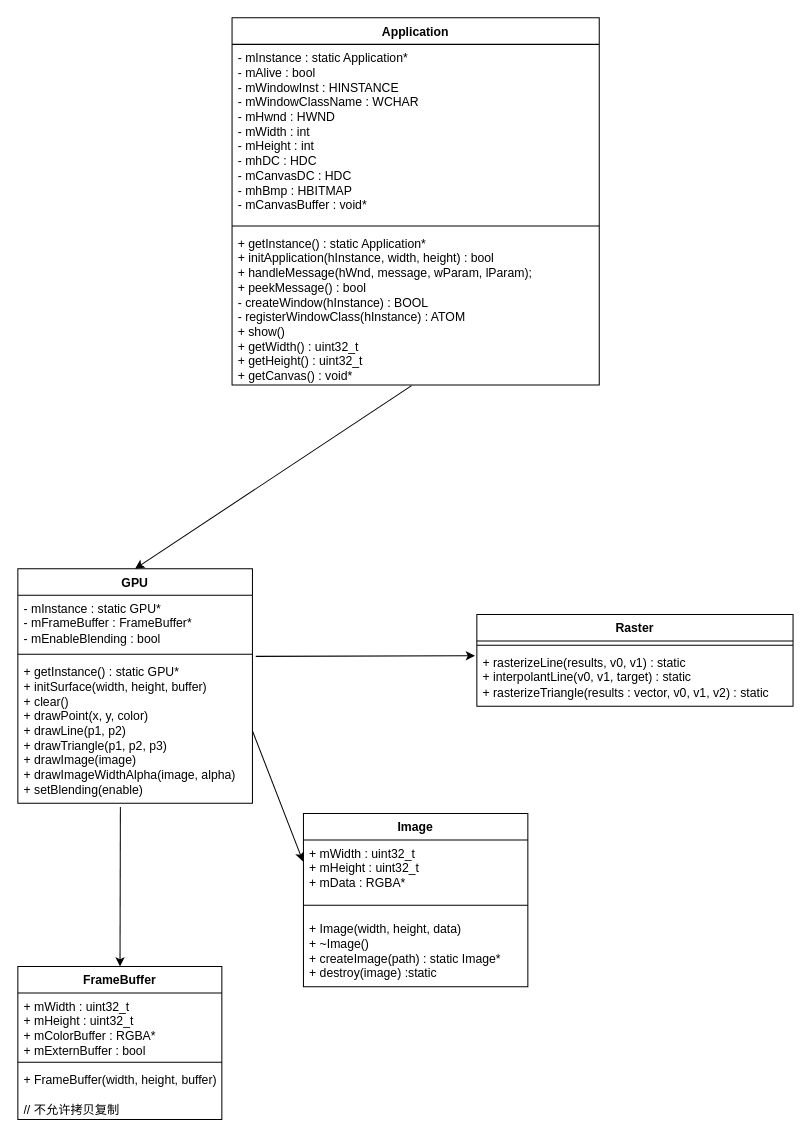
Before: application.drawio in MinXingCoder/SoftRenderer, a draw.io diagram. Source tidied: cells renumbered, new cells numbered last; positions are measured from the earlier drawing's top-left corner, leaving out a move shared by most shapes. Both pictures are drawn from the tidied source at 102%, with x=0, y=0 at pixel (17, 17).
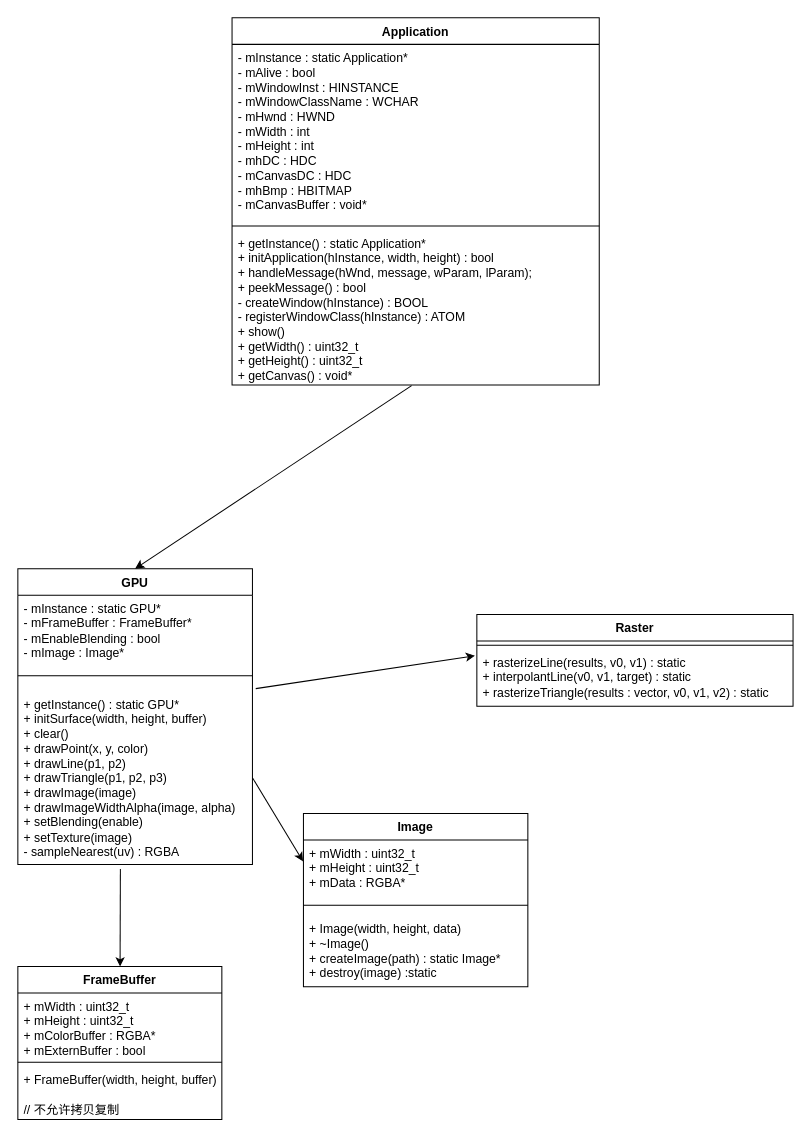
Above is the later version.

Change to the diagram source:
```diff
@@
     <mxCell id="6" value="GPU" style="swimlane;fontStyle=1;align=center;verticalAlign=top;horizontal=1;startSize=26;whiteSpace=wrap;html=1;" parent="1" vertex="1">
-      <mxGeometry y="540" width="230" height="230" as="geometry" />
+      <mxGeometry y="540" width="230" height="290" as="geometry" />
     </mxCell>
-    <mxCell id="7" value="- mInstance : static GPU*&lt;div&gt;- mFrameBuffer : FrameBuffer*&lt;/div&gt;&lt;div&gt;- mEnableBlending : bool&lt;/div&gt;" style="text;strokeColor=none;fillColor=none;align=left;verticalAlign=top;spacingLeft=4;spacingRight=4;overflow=hidden;whiteSpace=wrap;html=1;" parent="6" vertex="1">
-      <mxGeometry y="26" width="230" height="54" as="geometry" />
+    <mxCell id="7" value="- mInstance : static GPU*&lt;div&gt;- mFrameBuffer : FrameBuffer*&lt;/div&gt;&lt;div&gt;- mEnableBlending : bool&lt;/div&gt;&lt;div&gt;- mImage : Image*&lt;/div&gt;" style="text;strokeColor=none;fillColor=none;align=left;verticalAlign=top;spacingLeft=4;spacingRight=4;overflow=hidden;whiteSpace=wrap;html=1;" parent="6" vertex="1">
+      <mxGeometry y="26" width="230" height="64" as="geometry" />
     </mxCell>
     <mxCell id="8" style="line;strokeWidth=1;fillColor=none;align=left;verticalAlign=middle;spacingTop=-1;spacingLeft=3;spacingRight=3;labelPosition=right;strokeColor=inherit;" parent="6" vertex="1">
-      <mxGeometry y="80" width="230" height="8" as="geometry" />
+      <mxGeometry y="90" width="230" height="30" as="geometry" />
     </mxCell>
-    <mxCell id="9" value="+ getInstance() : static GPU*&lt;div&gt;+ initSurface(width, height, buffer)&lt;/div&gt;&lt;div&gt;+ clear()&lt;/div&gt;&lt;div&gt;+ drawPoint(x, y, color)&lt;/div&gt;&lt;div&gt;+ drawLine(p1, p2)&lt;/div&gt;&lt;div&gt;+ drawTriangle(p1, p2, p3)&lt;/div&gt;&lt;div&gt;+ drawImage(image)&lt;/div&gt;&lt;div&gt;+ drawImageWidthAlpha(image, alpha)&lt;/div&gt;&lt;div&gt;+ setBlending(enable)&lt;/div&gt;" style="text;strokeColor=none;fillColor=none;align=left;verticalAlign=top;spacingLeft=4;spacingRight=4;overflow=hidden;points=[[0,0.5],[1,0.5]];portConstraint=eastwest;whiteSpace=wrap;html=1;" parent="6" vertex="1">
-      <mxGeometry y="88" width="230" height="142" as="geometry" />
+    <mxCell id="9" value="+ getInstance() : static GPU*&lt;div&gt;+ initSurface(width, height, buffer)&lt;/div&gt;&lt;div&gt;+ clear()&lt;/div&gt;&lt;div&gt;+ drawPoint(x, y, color)&lt;/div&gt;&lt;div&gt;+ drawLine(p1, p2)&lt;/div&gt;&lt;div&gt;+ drawTriangle(p1, p2, p3)&lt;/div&gt;&lt;div&gt;+ drawImage(image)&lt;/div&gt;&lt;div&gt;+ drawImageWidthAlpha(image, alpha)&lt;/div&gt;&lt;div&gt;+ setBlending(enable)&lt;/div&gt;&lt;div&gt;+ setTexture(image)&lt;/div&gt;&lt;div&gt;- sampleNearest(uv) : RGBA&lt;/div&gt;" style="text;strokeColor=none;fillColor=none;align=left;verticalAlign=top;spacingLeft=4;spacingRight=4;overflow=hidden;points=[[0,0.5],[1,0.5]];portConstraint=eastwest;whiteSpace=wrap;html=1;" parent="6" vertex="1">
+      <mxGeometry y="120" width="230" height="170" as="geometry" />
     </mxCell>
```
